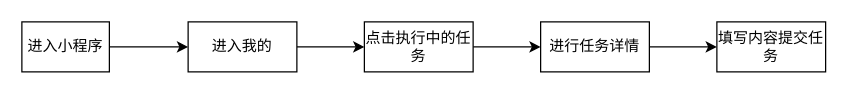
Earlier version of the draw.io diagram task7.3.drawio (ouyangxiong-bit/deer-flow). Source tidied: cells renumbered, new cells numbered last; positions are measured from the earlier drawing's top-left corner, leaving out a move shared by most shapes. Both pictures are drawn from the tidied source at 125%, with x=0, y=0 at pixel (21, 21).
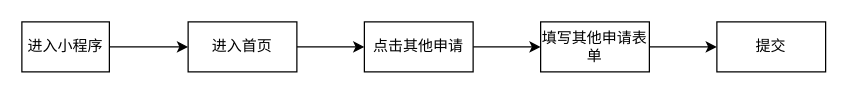
Above is the later version.

What changed in the source:
```diff
@@
 <mxGraphModel>
   <root>
     <mxCell id="0" />
     <mxCell id="1" parent="0" />
     <mxCell id="2" style="edgeStyle=orthogonalEdgeStyle;rounded=0;jettySize=auto;html=1;fontFamily=Helvetica;" parent="1" edge="1" source="3" target="5">
       <mxGeometry relative="1" as="geometry" />
     </mxCell>
     <mxCell id="3" value="进入小程序" style="rounded=0;whiteSpace=wrap;html=1;fontFamily=Helvetica;" parent="1" vertex="1">
       <mxGeometry width="70" height="40" as="geometry" />
     </mxCell>
     <mxCell id="4" style="edgeStyle=orthogonalEdgeStyle;rounded=0;jettySize=auto;html=1;fontFamily=Helvetica;" parent="1" edge="1" source="5" target="7">
       <mxGeometry relative="1" as="geometry" />
     </mxCell>
-    <mxCell id="5" value="进入我的" style="rounded=0;whiteSpace=wrap;html=1;fontFamily=Helvetica;" parent="1" vertex="1">
+    <mxCell id="5" value="进入首页" style="rounded=0;whiteSpace=wrap;html=1;fontFamily=Helvetica;" parent="1" vertex="1">
       <mxGeometry x="133" width="87" height="40" as="geometry" />
     </mxCell>
     <mxCell id="6" style="edgeStyle=orthogonalEdgeStyle;rounded=0;jettySize=auto;html=1;fontFamily=Helvetica;" parent="1" edge="1" source="7" target="9">
       <mxGeometry relative="1" as="geometry" />
     </mxCell>
-    <mxCell id="7" value="点击执行中的任务" style="rounded=0;whiteSpace=wrap;html=1;fontFamily=Helvetica;" parent="1" vertex="1">
+    <mxCell id="7" value="点击其他申请" style="rounded=0;whiteSpace=wrap;html=1;fontFamily=Helvetica;" parent="1" vertex="1">
       <mxGeometry x="274" width="87" height="40" as="geometry" />
     </mxCell>
     <mxCell id="8" style="edgeStyle=orthogonalEdgeStyle;rounded=0;jettySize=auto;html=1;fontFamily=Helvetica;" parent="1" edge="1" source="9" target="10">
       <mxGeometry relative="1" as="geometry" />
     </mxCell>
-    <mxCell id="9" value="进行任务详情" style="rounded=0;whiteSpace=wrap;html=1;fontFamily=Helvetica;" parent="1" vertex="1">
+    <mxCell id="9" value="填写其他申请表单" style="rounded=0;whiteSpace=wrap;html=1;fontFamily=Helvetica;" parent="1" vertex="1">
       <mxGeometry x="415" width="87" height="40" as="geometry" />
     </mxCell>
-    <mxCell id="10" value="填写内容提交任务" style="rounded=0;whiteSpace=wrap;html=1;fontFamily=Helvetica;" parent="1" vertex="1">
+    <mxCell id="10" value="提交" style="rounded=0;whiteSpace=wrap;html=1;fontFamily=Helvetica;" parent="1" vertex="1">
       <mxGeometry x="556" width="87" height="40" as="geometry" />
     </mxCell>
   </root>
 </mxGraphModel>
```
